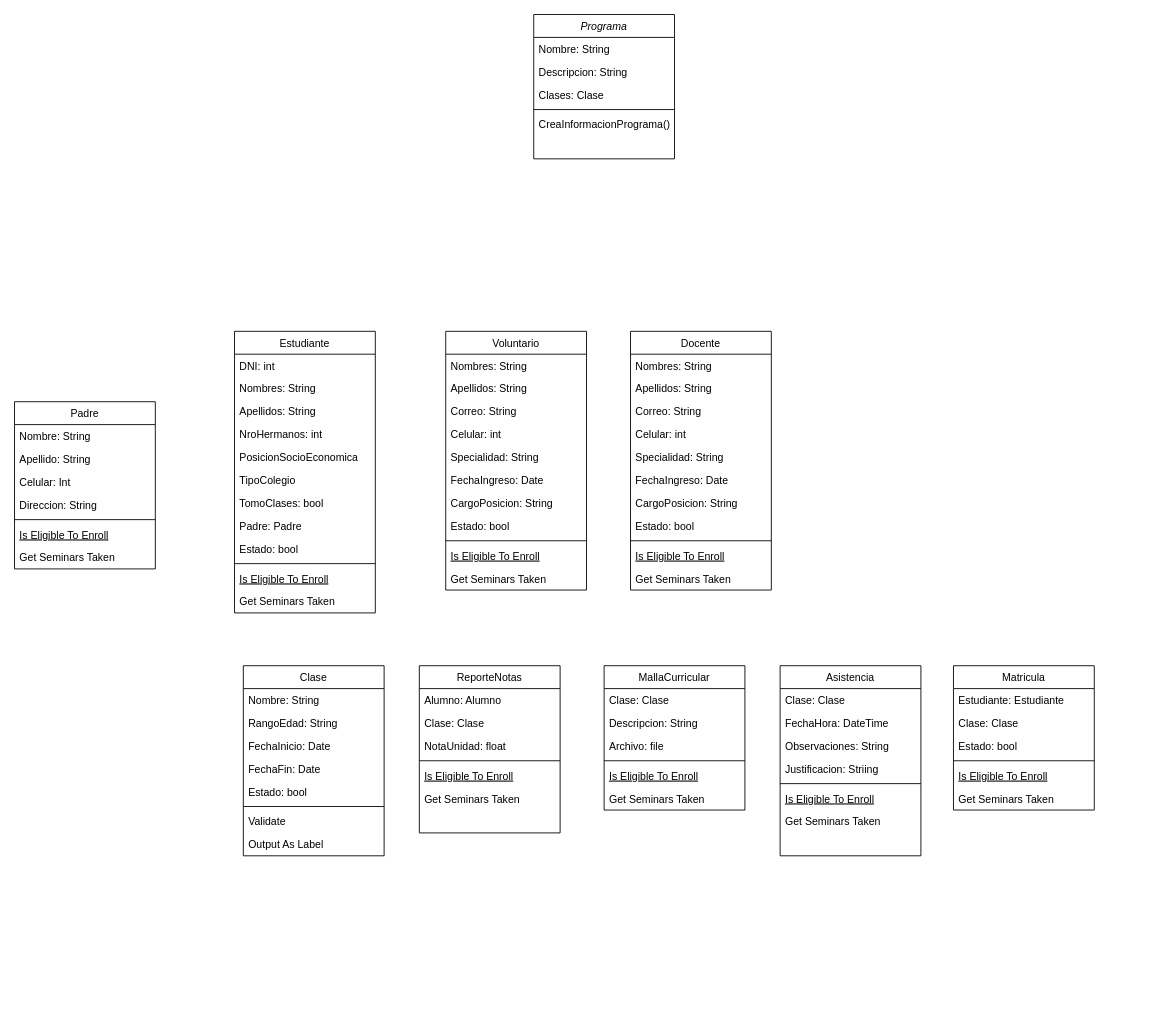
The draw.io diagram diagrama_classes.drawio in NoheliaEstefhania/Learnify, before the edit. Source tidied: cells renumbered, new cells numbered last; positions are measured from the earlier drawing's top-left corner, leaving out a move shared by most shapes. Both pictures are drawn from the tidied source at 88%, with x=0, y=0 at pixel (14, 14).
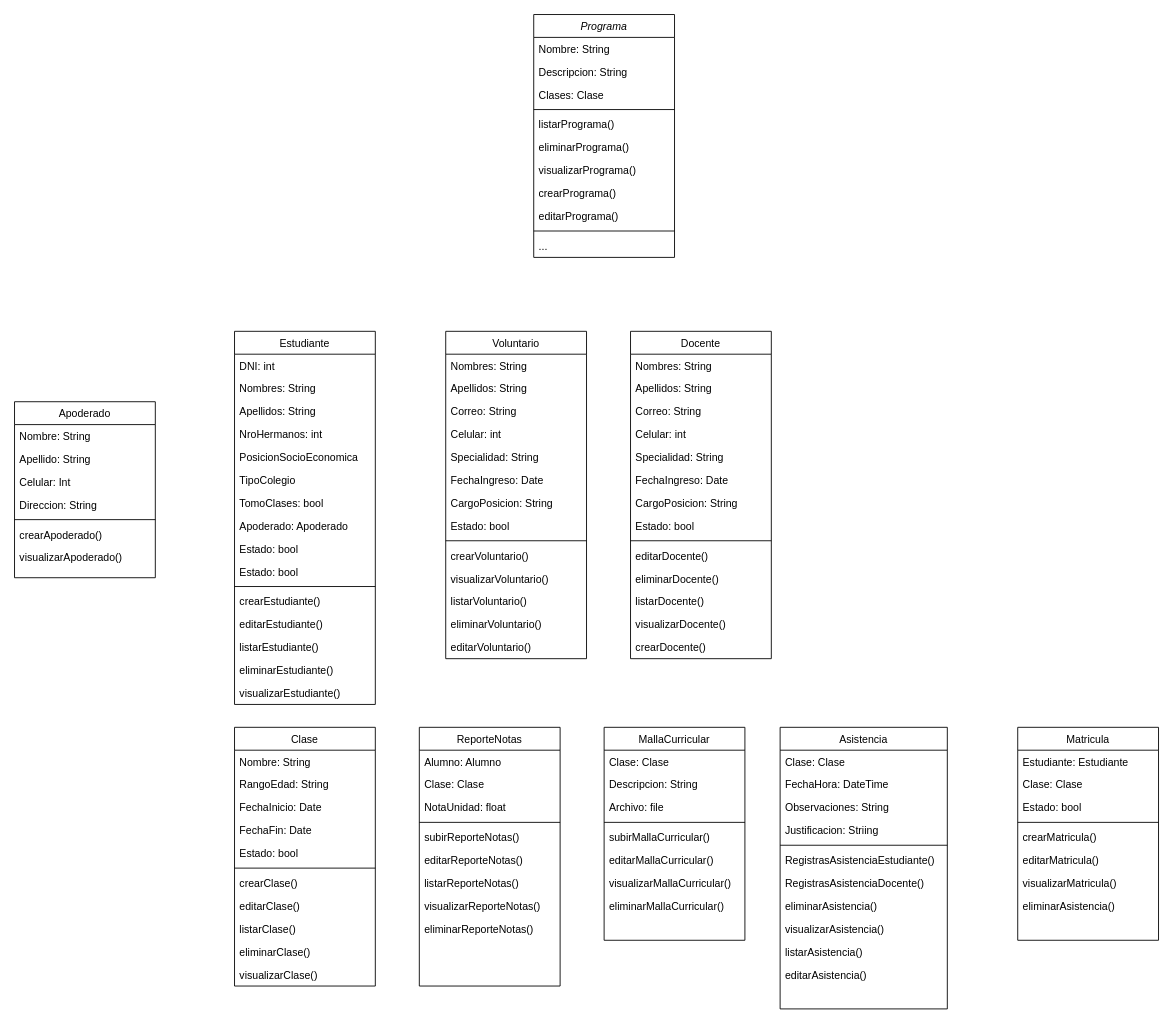
Above is the later version.

What changed in the source:
```diff
@@
     <mxCell id="2" value="Programa" style="swimlane;fontStyle=2;align=center;verticalAlign=top;horizontal=1;startSize=26;rounded=0;shadow=0;strokeWidth=1;" parent="1" vertex="1">
-      <mxGeometry x="590" width="160" height="164" as="geometry" />
+      <mxGeometry x="590" width="160" height="276" as="geometry" />
     </mxCell>
@@
+    <mxCell id="91" value="listarPrograma()" style="text;align=left;verticalAlign=top;spacingLeft=4;spacingRight=4;overflow=hidden;" parent="2" vertex="1">
+      <mxGeometry y="112" width="160" height="26" as="geometry" />
+    </mxCell>
+    <mxCell id="92" value="eliminarPrograma()" style="text;align=left;verticalAlign=top;spacingLeft=4;spacingRight=4;overflow=hidden;" parent="2" vertex="1">
+      <mxGeometry y="138" width="160" height="26" as="geometry" />
+    </mxCell>
+    <mxCell id="93" value="visualizarPrograma()" style="text;align=left;verticalAlign=top;spacingLeft=4;spacingRight=4;overflow=hidden;" parent="2" vertex="1">
+      <mxGeometry y="164" width="160" height="26" as="geometry" />
+    </mxCell>
-    <mxCell id="7" value="CreaInformacionPrograma()" style="text;align=left;verticalAlign=top;spacingLeft=4;spacingRight=4;overflow=hidden;" parent="2" vertex="1">
-      <mxGeometry y="112" width="160" height="26" as="geometry" />
+    <mxCell id="7" value="crearPrograma()" style="text;align=left;verticalAlign=top;spacingLeft=4;spacingRight=4;overflow=hidden;" parent="2" vertex="1">
+      <mxGeometry y="190" width="160" height="26" as="geometry" />
     </mxCell>
+    <mxCell id="94" value="editarPrograma()" style="text;align=left;verticalAlign=top;spacingLeft=4;spacingRight=4;overflow=hidden;" parent="2" vertex="1">
+      <mxGeometry y="216" width="160" height="26" as="geometry" />
+    </mxCell>
+    <mxCell id="95" style="line;html=1;strokeWidth=1;align=left;verticalAlign=middle;spacingTop=-1;spacingLeft=3;spacingRight=3;labelPosition=right;" parent="2" vertex="1">
+      <mxGeometry y="242" width="160" height="8" as="geometry" />
+    </mxCell>
+    <mxCell id="96" value="..." style="text;align=left;verticalAlign=top;spacingLeft=4;spacingRight=4;overflow=hidden;" parent="2" vertex="1">
+      <mxGeometry y="250" width="160" height="26" as="geometry" />
+    </mxCell>
     <mxCell id="8" value="Estudiante" style="swimlane;fontStyle=0;align=center;verticalAlign=top;horizontal=1;startSize=26;rounded=0;shadow=0;strokeWidth=1;" parent="1" vertex="1">
-      <mxGeometry x="250" y="360" width="160" height="320" as="geometry" />
+      <mxGeometry x="250" y="360" width="160" height="424" as="geometry" />
     </mxCell>
@@
-    <mxCell id="16" value="Padre: Padre" style="text;align=left;verticalAlign=top;spacingLeft=4;spacingRight=4;overflow=hidden;rounded=0;shadow=0;html=0;" parent="8" vertex="1">
+    <mxCell id="16" value="Apoderado: Apoderado" style="text;align=left;verticalAlign=top;spacingLeft=4;spacingRight=4;overflow=hidden;rounded=0;shadow=0;html=0;" parent="8" vertex="1">
       <mxGeometry y="208" width="160" height="26" as="geometry" />
     </mxCell>
@@
+    <mxCell id="97" value="Estado: bool" style="text;align=left;verticalAlign=top;spacingLeft=4;spacingRight=4;overflow=hidden;rounded=0;shadow=0;html=0;" parent="8" vertex="1">
+      <mxGeometry y="260" width="160" height="26" as="geometry" />
+    </mxCell>
     <mxCell id="18" style="line;html=1;strokeWidth=1;align=left;verticalAlign=middle;spacingTop=-1;spacingLeft=3;spacingRight=3;labelPosition=right;" parent="8" vertex="1">
-      <mxGeometry y="260" width="160" height="8" as="geometry" />
+      <mxGeometry y="286" width="160" height="8" as="geometry" />
     </mxCell>
-    <mxCell id="19" value="Is Eligible To Enroll" style="text;align=left;verticalAlign=top;spacingLeft=4;spacingRight=4;overflow=hidden;fontStyle=4;" parent="8" vertex="1">
-      <mxGeometry y="268" width="160" height="26" as="geometry" />
-    </mxCell>
+    <mxCell id="98" value="crearEstudiante()" style="text;align=left;verticalAlign=top;spacingLeft=4;spacingRight=4;overflow=hidden;" parent="8" vertex="1">
+      <mxGeometry y="294" width="160" height="26" as="geometry" />
+    </mxCell>
+    <mxCell id="99" value="editarEstudiante()" style="text;align=left;verticalAlign=top;spacingLeft=4;spacingRight=4;overflow=hidden;" parent="8" vertex="1">
+      <mxGeometry y="320" width="160" height="26" as="geometry" />
+    </mxCell>
-    <mxCell id="20" value="Get Seminars Taken" style="text;align=left;verticalAlign=top;spacingLeft=4;spacingRight=4;overflow=hidden;" parent="8" vertex="1">
-      <mxGeometry y="294" width="160" height="26" as="geometry" />
+    <mxCell id="20" value="listarEstudiante()" style="text;align=left;verticalAlign=top;spacingLeft=4;spacingRight=4;overflow=hidden;" parent="8" vertex="1">
+      <mxGeometry y="346" width="160" height="26" as="geometry" />
     </mxCell>
+    <mxCell id="100" value="eliminarEstudiante()" style="text;align=left;verticalAlign=top;spacingLeft=4;spacingRight=4;overflow=hidden;" parent="8" vertex="1">
+      <mxGeometry y="372" width="160" height="26" as="geometry" />
+    </mxCell>
+    <mxCell id="101" value="visualizarEstudiante()" style="text;align=left;verticalAlign=top;spacingLeft=4;spacingRight=4;overflow=hidden;" parent="8" vertex="1">
+      <mxGeometry y="398" width="160" height="26" as="geometry" />
+    </mxCell>
     <mxCell id="21" value="Clase" style="swimlane;fontStyle=0;align=center;verticalAlign=top;horizontal=1;startSize=26;rounded=0;shadow=0;strokeWidth=1;" parent="1" vertex="1">
-      <mxGeometry x="260" y="740" width="160" height="216" as="geometry" />
+      <mxGeometry x="250" y="810" width="160" height="294" as="geometry" />
     </mxCell>
@@
-    <mxCell id="28" value="Validate" style="text;align=left;verticalAlign=top;spacingLeft=4;spacingRight=4;overflow=hidden;" parent="21" vertex="1">
-      <mxGeometry y="164" width="160" height="26" as="geometry" />
-    </mxCell>
-    <mxCell id="29" value="Output As Label" style="text;align=left;verticalAlign=top;spacingLeft=4;spacingRight=4;overflow=hidden;" parent="21" vertex="1">
-      <mxGeometry y="190" width="160" height="26" as="geometry" />
-    </mxCell>
+    <mxCell id="102" value="crearClase()" style="text;align=left;verticalAlign=top;spacingLeft=4;spacingRight=4;overflow=hidden;" parent="21" vertex="1">
+      <mxGeometry y="164" width="160" height="26" as="geometry" />
+    </mxCell>
+    <mxCell id="103" value="editarClase()" style="text;align=left;verticalAlign=top;spacingLeft=4;spacingRight=4;overflow=hidden;" parent="21" vertex="1">
+      <mxGeometry y="190" width="160" height="26" as="geometry" />
+    </mxCell>
+    <mxCell id="104" value="listarClase()" style="text;align=left;verticalAlign=top;spacingLeft=4;spacingRight=4;overflow=hidden;" parent="21" vertex="1">
+      <mxGeometry y="216" width="160" height="26" as="geometry" />
+    </mxCell>
+    <mxCell id="105" value="eliminarClase()" style="text;align=left;verticalAlign=top;spacingLeft=4;spacingRight=4;overflow=hidden;" parent="21" vertex="1">
+      <mxGeometry y="242" width="160" height="26" as="geometry" />
+    </mxCell>
+    <mxCell id="106" value="visualizarClase()" style="text;align=left;verticalAlign=top;spacingLeft=4;spacingRight=4;overflow=hidden;" parent="21" vertex="1">
+      <mxGeometry y="268" width="160" height="26" as="geometry" />
+    </mxCell>
     <mxCell id="30" value="Voluntario" style="swimlane;fontStyle=0;align=center;verticalAlign=top;horizontal=1;startSize=26;rounded=0;shadow=0;strokeWidth=1;" parent="1" vertex="1">
-      <mxGeometry x="490" y="360" width="160" height="294" as="geometry" />
+      <mxGeometry x="490" y="360" width="160" height="372" as="geometry" />
     </mxCell>
@@
-    <mxCell id="40" value="Is Eligible To Enroll" style="text;align=left;verticalAlign=top;spacingLeft=4;spacingRight=4;overflow=hidden;fontStyle=4;" parent="30" vertex="1">
-      <mxGeometry y="242" width="160" height="26" as="geometry" />
-    </mxCell>
-    <mxCell id="41" value="Get Seminars Taken" style="text;align=left;verticalAlign=top;spacingLeft=4;spacingRight=4;overflow=hidden;" parent="30" vertex="1">
-      <mxGeometry y="268" width="160" height="26" as="geometry" />
-    </mxCell>
+    <mxCell id="107" value="crearVoluntario()" style="text;align=left;verticalAlign=top;spacingLeft=4;spacingRight=4;overflow=hidden;" parent="30" vertex="1">
+      <mxGeometry y="242" width="160" height="26" as="geometry" />
+    </mxCell>
+    <mxCell id="108" value="visualizarVoluntario()" style="text;align=left;verticalAlign=top;spacingLeft=4;spacingRight=4;overflow=hidden;" parent="30" vertex="1">
+      <mxGeometry y="268" width="160" height="26" as="geometry" />
+    </mxCell>
+    <mxCell id="109" value="listarVoluntario()" style="text;align=left;verticalAlign=top;spacingLeft=4;spacingRight=4;overflow=hidden;" parent="30" vertex="1">
+      <mxGeometry y="294" width="160" height="26" as="geometry" />
+    </mxCell>
+    <mxCell id="110" value="eliminarVoluntario()" style="text;align=left;verticalAlign=top;spacingLeft=4;spacingRight=4;overflow=hidden;" parent="30" vertex="1">
+      <mxGeometry y="320" width="160" height="26" as="geometry" />
+    </mxCell>
+    <mxCell id="111" value="editarVoluntario()" style="text;align=left;verticalAlign=top;spacingLeft=4;spacingRight=4;overflow=hidden;" parent="30" vertex="1">
+      <mxGeometry y="346" width="160" height="26" as="geometry" />
+    </mxCell>
     <mxCell id="42" value="ReporteNotas" style="swimlane;fontStyle=0;align=center;verticalAlign=top;horizontal=1;startSize=26;rounded=0;shadow=0;strokeWidth=1;" parent="1" vertex="1">
-      <mxGeometry x="460" y="740" width="160" height="190" as="geometry" />
+      <mxGeometry x="460" y="810" width="160" height="294" as="geometry" />
     </mxCell>
@@
-    <mxCell id="47" value="Is Eligible To Enroll" style="text;align=left;verticalAlign=top;spacingLeft=4;spacingRight=4;overflow=hidden;fontStyle=4;" parent="42" vertex="1">
-      <mxGeometry y="112" width="160" height="26" as="geometry" />
-    </mxCell>
-    <mxCell id="48" value="Get Seminars Taken" style="text;align=left;verticalAlign=top;spacingLeft=4;spacingRight=4;overflow=hidden;" parent="42" vertex="1">
-      <mxGeometry y="138" width="160" height="26" as="geometry" />
-    </mxCell>
+    <mxCell id="112" value="subirReporteNotas()" style="text;align=left;verticalAlign=top;spacingLeft=4;spacingRight=4;overflow=hidden;" parent="42" vertex="1">
+      <mxGeometry y="112" width="160" height="26" as="geometry" />
+    </mxCell>
+    <mxCell id="113" value="editarReporteNotas()" style="text;align=left;verticalAlign=top;spacingLeft=4;spacingRight=4;overflow=hidden;" parent="42" vertex="1">
+      <mxGeometry y="138" width="160" height="26" as="geometry" />
+    </mxCell>
+    <mxCell id="114" value="listarReporteNotas()" style="text;align=left;verticalAlign=top;spacingLeft=4;spacingRight=4;overflow=hidden;" parent="42" vertex="1">
+      <mxGeometry y="164" width="160" height="26" as="geometry" />
+    </mxCell>
+    <mxCell id="115" value="visualizarReporteNotas()" style="text;align=left;verticalAlign=top;spacingLeft=4;spacingRight=4;overflow=hidden;" parent="42" vertex="1">
+      <mxGeometry y="190" width="160" height="26" as="geometry" />
+    </mxCell>
+    <mxCell id="116" value="eliminarReporteNotas()" style="text;align=left;verticalAlign=top;spacingLeft=4;spacingRight=4;overflow=hidden;" parent="42" vertex="1">
+      <mxGeometry y="216" width="160" height="26" as="geometry" />
+    </mxCell>
     <mxCell id="49" value="MallaCurricular" style="swimlane;fontStyle=0;align=center;verticalAlign=top;horizontal=1;startSize=26;rounded=0;shadow=0;strokeWidth=1;" parent="1" vertex="1">
-      <mxGeometry x="670" y="740" width="160" height="164" as="geometry" />
+      <mxGeometry x="670" y="810" width="160" height="242" as="geometry" />
     </mxCell>
@@
-    <mxCell id="54" value="Is Eligible To Enroll" style="text;align=left;verticalAlign=top;spacingLeft=4;spacingRight=4;overflow=hidden;fontStyle=4;" parent="49" vertex="1">
-      <mxGeometry y="112" width="160" height="26" as="geometry" />
-    </mxCell>
-    <mxCell id="55" value="Get Seminars Taken" style="text;align=left;verticalAlign=top;spacingLeft=4;spacingRight=4;overflow=hidden;" parent="49" vertex="1">
-      <mxGeometry y="138" width="160" height="26" as="geometry" />
-    </mxCell>
+    <mxCell id="117" value="subirMallaCurricular()" style="text;align=left;verticalAlign=top;spacingLeft=4;spacingRight=4;overflow=hidden;" parent="49" vertex="1">
+      <mxGeometry y="112" width="160" height="26" as="geometry" />
+    </mxCell>
+    <mxCell id="118" value="editarMallaCurricular()" style="text;align=left;verticalAlign=top;spacingLeft=4;spacingRight=4;overflow=hidden;" parent="49" vertex="1">
+      <mxGeometry y="138" width="160" height="26" as="geometry" />
+    </mxCell>
+    <mxCell id="119" value="visualizarMallaCurricular()" style="text;align=left;verticalAlign=top;spacingLeft=4;spacingRight=4;overflow=hidden;" parent="49" vertex="1">
+      <mxGeometry y="164" width="160" height="26" as="geometry" />
+    </mxCell>
+    <mxCell id="120" value="eliminarMallaCurricular()" style="text;align=left;verticalAlign=top;spacingLeft=4;spacingRight=4;overflow=hidden;" parent="49" vertex="1">
+      <mxGeometry y="190" width="160" height="26" as="geometry" />
+    </mxCell>
     <mxCell id="56" value="Asistencia" style="swimlane;fontStyle=0;align=center;verticalAlign=top;horizontal=1;startSize=26;rounded=0;shadow=0;strokeWidth=1;" parent="1" vertex="1">
-      <mxGeometry x="870" y="740" width="160" height="216" as="geometry" />
+      <mxGeometry x="870" y="810" width="190" height="320" as="geometry" />
     </mxCell>
     <mxCell id="57" value="Clase: Clase" style="text;align=left;verticalAlign=top;spacingLeft=4;spacingRight=4;overflow=hidden;" parent="56" vertex="1">
-      <mxGeometry y="26" width="160" height="26" as="geometry" />
+      <mxGeometry y="26" width="190" height="26" as="geometry" />
     </mxCell>
     <mxCell id="58" value="FechaHora: DateTime" style="text;align=left;verticalAlign=top;spacingLeft=4;spacingRight=4;overflow=hidden;rounded=0;shadow=0;html=0;" parent="56" vertex="1">
-      <mxGeometry y="52" width="160" height="26" as="geometry" />
+      <mxGeometry y="52" width="190" height="26" as="geometry" />
     </mxCell>
     <mxCell id="59" value="Observaciones: String" style="text;align=left;verticalAlign=top;spacingLeft=4;spacingRight=4;overflow=hidden;rounded=0;shadow=0;html=0;" parent="56" vertex="1">
-      <mxGeometry y="78" width="160" height="26" as="geometry" />
+      <mxGeometry y="78" width="190" height="26" as="geometry" />
     </mxCell>
     <mxCell id="60" value="Justificacion: Striing" style="text;align=left;verticalAlign=top;spacingLeft=4;spacingRight=4;overflow=hidden;rounded=0;shadow=0;html=0;" parent="56" vertex="1">
-      <mxGeometry y="104" width="160" height="26" as="geometry" />
+      <mxGeometry y="104" width="190" height="26" as="geometry" />
     </mxCell>
     <mxCell id="61" style="line;html=1;strokeWidth=1;align=left;verticalAlign=middle;spacingTop=-1;spacingLeft=3;spacingRight=3;labelPosition=right;" parent="56" vertex="1">
-      <mxGeometry y="130" width="160" height="8" as="geometry" />
+      <mxGeometry y="130" width="190" height="8" as="geometry" />
     </mxCell>
-    <mxCell id="62" value="Is Eligible To Enroll" style="text;align=left;verticalAlign=top;spacingLeft=4;spacingRight=4;overflow=hidden;fontStyle=4;" parent="56" vertex="1">
-      <mxGeometry y="138" width="160" height="26" as="geometry" />
-    </mxCell>
-    <mxCell id="63" value="Get Seminars Taken" style="text;align=left;verticalAlign=top;spacingLeft=4;spacingRight=4;overflow=hidden;" parent="56" vertex="1">
-      <mxGeometry y="164" width="160" height="26" as="geometry" />
-    </mxCell>
+    <mxCell id="121" value="RegistrasAsistenciaEstudiante()" style="text;align=left;verticalAlign=top;spacingLeft=4;spacingRight=4;overflow=hidden;" parent="56" vertex="1">
+      <mxGeometry y="138" width="190" height="26" as="geometry" />
+    </mxCell>
+    <mxCell id="122" value="RegistrasAsistenciaDocente()" style="text;align=left;verticalAlign=top;spacingLeft=4;spacingRight=4;overflow=hidden;" parent="56" vertex="1">
+      <mxGeometry y="164" width="190" height="26" as="geometry" />
+    </mxCell>
+    <mxCell id="123" value="eliminarAsistencia()" style="text;align=left;verticalAlign=top;spacingLeft=4;spacingRight=4;overflow=hidden;" parent="56" vertex="1">
+      <mxGeometry y="190" width="190" height="26" as="geometry" />
+    </mxCell>
+    <mxCell id="124" value="visualizarAsistencia()" style="text;align=left;verticalAlign=top;spacingLeft=4;spacingRight=4;overflow=hidden;" parent="56" vertex="1">
+      <mxGeometry y="216" width="190" height="26" as="geometry" />
+    </mxCell>
+    <mxCell id="125" value="listarAsistencia()" style="text;align=left;verticalAlign=top;spacingLeft=4;spacingRight=4;overflow=hidden;" parent="56" vertex="1">
+      <mxGeometry y="242" width="190" height="26" as="geometry" />
+    </mxCell>
+    <mxCell id="126" value="editarAsistencia()" style="text;align=left;verticalAlign=top;spacingLeft=4;spacingRight=4;overflow=hidden;" parent="56" vertex="1">
+      <mxGeometry y="268" width="190" height="26" as="geometry" />
+    </mxCell>
     <mxCell id="64" value="Matricula" style="swimlane;fontStyle=0;align=center;verticalAlign=top;horizontal=1;startSize=26;rounded=0;shadow=0;strokeWidth=1;" parent="1" vertex="1">
-      <mxGeometry x="1067" y="740" width="160" height="164" as="geometry" />
+      <mxGeometry x="1140" y="810" width="160" height="242" as="geometry" />
     </mxCell>
@@
-    <mxCell id="69" value="Is Eligible To Enroll" style="text;align=left;verticalAlign=top;spacingLeft=4;spacingRight=4;overflow=hidden;fontStyle=4;" parent="64" vertex="1">
-      <mxGeometry y="112" width="160" height="26" as="geometry" />
-    </mxCell>
-    <mxCell id="70" value="Get Seminars Taken" style="text;align=left;verticalAlign=top;spacingLeft=4;spacingRight=4;overflow=hidden;" parent="64" vertex="1">
-      <mxGeometry y="138" width="160" height="26" as="geometry" />
-    </mxCell>
+    <mxCell id="127" value="crearMatricula()" style="text;align=left;verticalAlign=top;spacingLeft=4;spacingRight=4;overflow=hidden;" parent="64" vertex="1">
+      <mxGeometry y="112" width="160" height="26" as="geometry" />
+    </mxCell>
+    <mxCell id="128" value="editarMatricula()" style="text;align=left;verticalAlign=top;spacingLeft=4;spacingRight=4;overflow=hidden;" parent="64" vertex="1">
+      <mxGeometry y="138" width="160" height="26" as="geometry" />
+    </mxCell>
+    <mxCell id="129" value="visualizarMatricula()" style="text;align=left;verticalAlign=top;spacingLeft=4;spacingRight=4;overflow=hidden;" parent="64" vertex="1">
+      <mxGeometry y="164" width="160" height="26" as="geometry" />
+    </mxCell>
+    <mxCell id="130" value="eliminarAsistencia()" style="text;align=left;verticalAlign=top;spacingLeft=4;spacingRight=4;overflow=hidden;" parent="64" vertex="1">
+      <mxGeometry y="190" width="160" height="26" as="geometry" />
+    </mxCell>
-    <mxCell id="71" value="Padre" style="swimlane;fontStyle=0;align=center;verticalAlign=top;horizontal=1;startSize=26;rounded=0;shadow=0;strokeWidth=1;" parent="1" vertex="1">
-      <mxGeometry y="440" width="160" height="190" as="geometry" />
+    <mxCell id="71" value="Apoderado" style="swimlane;fontStyle=0;align=center;verticalAlign=top;horizontal=1;startSize=26;rounded=0;shadow=0;strokeWidth=1;" parent="1" vertex="1">
+      <mxGeometry y="440" width="160" height="200" as="geometry" />
     </mxCell>
@@
-    <mxCell id="77" value="Is Eligible To Enroll" style="text;align=left;verticalAlign=top;spacingLeft=4;spacingRight=4;overflow=hidden;fontStyle=4;" parent="71" vertex="1">
-      <mxGeometry y="138" width="160" height="26" as="geometry" />
-    </mxCell>
-    <mxCell id="78" value="Get Seminars Taken" style="text;align=left;verticalAlign=top;spacingLeft=4;spacingRight=4;overflow=hidden;" parent="71" vertex="1">
-      <mxGeometry y="164" width="160" height="26" as="geometry" />
-    </mxCell>
+    <mxCell id="131" value="crearApoderado()" style="text;align=left;verticalAlign=top;spacingLeft=4;spacingRight=4;overflow=hidden;" parent="71" vertex="1">
+      <mxGeometry y="138" width="160" height="26" as="geometry" />
+    </mxCell>
+    <mxCell id="132" value="visualizarApoderado()" style="text;align=left;verticalAlign=top;spacingLeft=4;spacingRight=4;overflow=hidden;" parent="71" vertex="1">
+      <mxGeometry y="164" width="160" height="26" as="geometry" />
+    </mxCell>
     <mxCell id="79" value="Docente" style="swimlane;fontStyle=0;align=center;verticalAlign=top;horizontal=1;startSize=26;rounded=0;shadow=0;strokeWidth=1;" parent="1" vertex="1">
-      <mxGeometry x="700" y="360" width="160" height="294" as="geometry" />
+      <mxGeometry x="700" y="360" width="160" height="372" as="geometry" />
     </mxCell>
@@
-    <mxCell id="89" value="Is Eligible To Enroll" style="text;align=left;verticalAlign=top;spacingLeft=4;spacingRight=4;overflow=hidden;fontStyle=4;" parent="79" vertex="1">
-      <mxGeometry y="242" width="160" height="26" as="geometry" />
-    </mxCell>
-    <mxCell id="90" value="Get Seminars Taken" style="text;align=left;verticalAlign=top;spacingLeft=4;spacingRight=4;overflow=hidden;" parent="79" vertex="1">
-      <mxGeometry y="268" width="160" height="26" as="geometry" />
-    </mxCell>
+    <mxCell id="133" value="editarDocente()" style="text;align=left;verticalAlign=top;spacingLeft=4;spacingRight=4;overflow=hidden;" parent="79" vertex="1">
+      <mxGeometry y="242" width="160" height="26" as="geometry" />
+    </mxCell>
+    <mxCell id="134" value="eliminarDocente()" style="text;align=left;verticalAlign=top;spacingLeft=4;spacingRight=4;overflow=hidden;" parent="79" vertex="1">
+      <mxGeometry y="268" width="160" height="26" as="geometry" />
+    </mxCell>
+    <mxCell id="135" value="listarDocente()" style="text;align=left;verticalAlign=top;spacingLeft=4;spacingRight=4;overflow=hidden;" parent="79" vertex="1">
+      <mxGeometry y="294" width="160" height="26" as="geometry" />
+    </mxCell>
+    <mxCell id="136" value="visualizarDocente()" style="text;align=left;verticalAlign=top;spacingLeft=4;spacingRight=4;overflow=hidden;" parent="79" vertex="1">
+      <mxGeometry y="320" width="160" height="26" as="geometry" />
+    </mxCell>
+    <mxCell id="137" value="crearDocente()" style="text;align=left;verticalAlign=top;spacingLeft=4;spacingRight=4;overflow=hidden;" parent="79" vertex="1">
+      <mxGeometry y="346" width="160" height="26" as="geometry" />
+    </mxCell>
```
